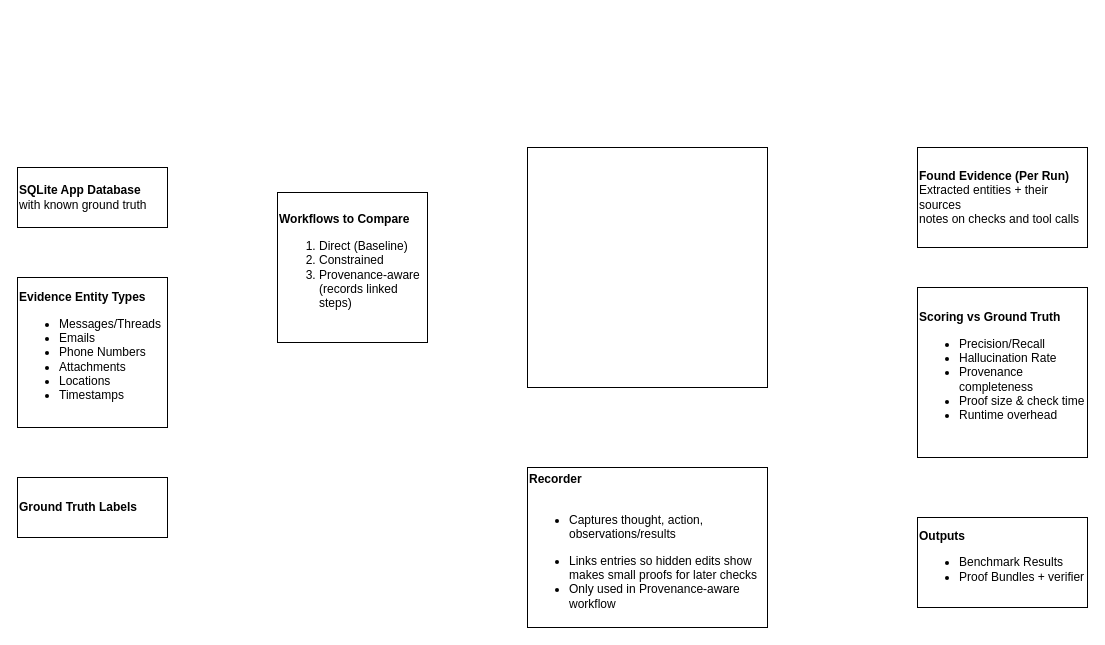
Earlier version of the draw.io diagram page "Page-5" (3 of 3) of Agentic-Research.drawio (toyeafo/agentic-forensic-research). Source tidied: cells renumbered, new cells numbered last; positions are measured from the earlier drawing's top-left corner, leaving out a move shared by most shapes. Both pictures are drawn from the tidied source at 100%, with x=0, y=0 at pixel (17, 147).
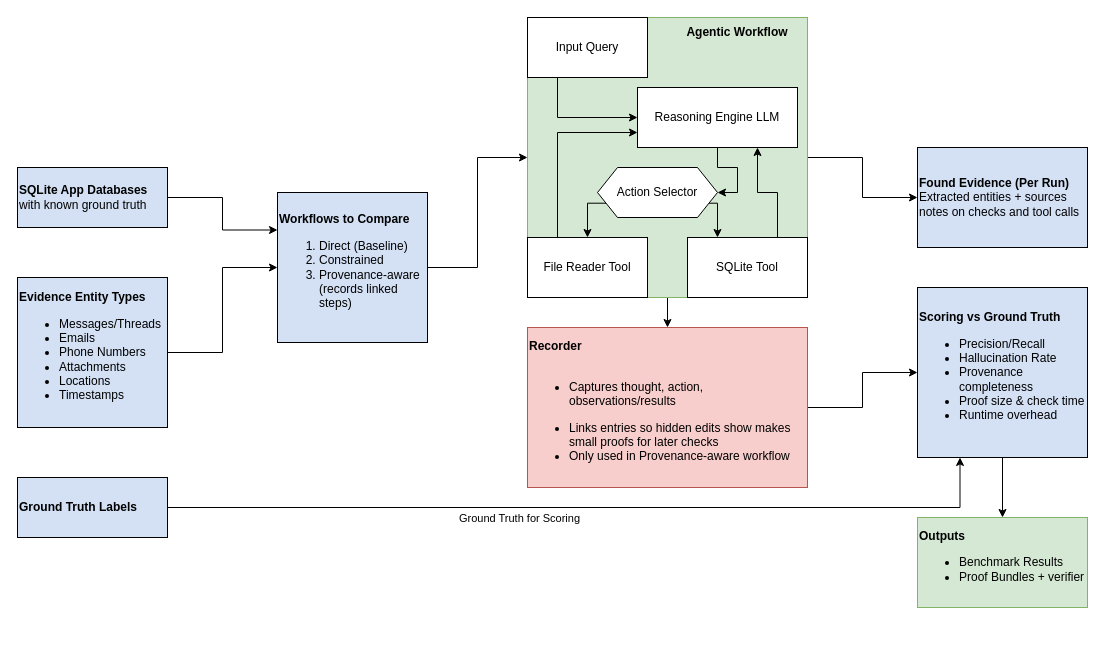
Above is the later version.

The edit, as a diff of the source:
```diff
@@
+    <mxCell id="11" style="edgeStyle=orthogonalEdgeStyle;rounded=0;jettySize=auto;html=1;exitX=1;exitY=0.5;exitDx=0;exitDy=0;entryX=0;entryY=0.25;entryDx=0;entryDy=0;" parent="1" edge="1" source="2" target="5">
+      <mxGeometry relative="1" as="geometry" />
+    </mxCell>
-    <mxCell id="2" value="&lt;div&gt;&lt;b&gt;SQLite App Database&lt;/b&gt;&amp;nbsp;&lt;/div&gt;&lt;div&gt;with known ground truth&lt;/div&gt;" style="rounded=0;whiteSpace=wrap;html=1;align=left;" parent="1" vertex="1">
+    <mxCell id="2" value="&lt;div&gt;&lt;b&gt;SQLite App Databases&lt;/b&gt;&amp;nbsp;&lt;/div&gt;&lt;div&gt;with known ground truth&lt;/div&gt;" style="rounded=0;whiteSpace=wrap;html=1;align=left;fillColor=#D4E1F5;" parent="1" vertex="1">
       <mxGeometry y="20" width="150" height="60" as="geometry" />
     </mxCell>
+    <mxCell id="12" style="edgeStyle=orthogonalEdgeStyle;rounded=0;jettySize=auto;html=1;exitX=1;exitY=0.5;exitDx=0;exitDy=0;entryX=0;entryY=0.5;entryDx=0;entryDy=0;" parent="1" edge="1" source="3" target="5">
+      <mxGeometry relative="1" as="geometry" />
+    </mxCell>
-    <mxCell id="3" value="&lt;div&gt;&lt;b&gt;Evidence Entity Types&lt;/b&gt;&lt;/div&gt;&lt;div&gt;&lt;ul&gt;&lt;li&gt;Messages/Threads&lt;/li&gt;&lt;li&gt;Emails&lt;/li&gt;&lt;li&gt;Phone Numbers&lt;/li&gt;&lt;li&gt;Attachments&lt;/li&gt;&lt;li&gt;Locations&lt;/li&gt;&lt;li&gt;Timestamps&lt;/li&gt;&lt;/ul&gt;&lt;/div&gt;" style="whiteSpace=wrap;html=1;align=left;" parent="1" vertex="1">
+    <mxCell id="3" value="&lt;div&gt;&lt;b&gt;Evidence Entity Types&lt;/b&gt;&lt;/div&gt;&lt;div&gt;&lt;ul&gt;&lt;li&gt;Messages/Threads&lt;/li&gt;&lt;li&gt;Emails&lt;/li&gt;&lt;li&gt;Phone Numbers&lt;/li&gt;&lt;li&gt;Attachments&lt;/li&gt;&lt;li&gt;Locations&lt;/li&gt;&lt;li&gt;Timestamps&lt;/li&gt;&lt;/ul&gt;&lt;/div&gt;" style="whiteSpace=wrap;html=1;align=left;fillColor=#D4E1F5;" parent="1" vertex="1">
       <mxGeometry y="130" width="150" height="150" as="geometry" />
     </mxCell>
+    <mxCell id="13" style="edgeStyle=orthogonalEdgeStyle;rounded=0;jettySize=auto;html=1;exitX=1;exitY=0.5;exitDx=0;exitDy=0;entryX=0.25;entryY=1;entryDx=0;entryDy=0;" parent="1" edge="1" source="4" target="9">
+      <mxGeometry relative="1" as="geometry" />
+    </mxCell>
+    <mxCell id="14" value="Ground Truth for Scoring" style="edgeLabel;html=1;align=center;verticalAlign=middle;" parent="13" vertex="1">
+      <mxGeometry x="-0.19" y="2" relative="1" as="geometry">
+        <mxPoint x="10" y="12" as="offset" />
+      </mxGeometry>
+    </mxCell>
-    <mxCell id="4" value="&lt;b&gt;Ground Truth Labels&lt;/b&gt;" style="rounded=0;whiteSpace=wrap;html=1;align=left;" parent="1" vertex="1">
+    <mxCell id="4" value="&lt;b&gt;Ground Truth Labels&lt;/b&gt;" style="rounded=0;whiteSpace=wrap;html=1;align=left;fillColor=#D4E1F5;" parent="1" vertex="1">
       <mxGeometry y="330" width="150" height="60" as="geometry" />
     </mxCell>
+    <mxCell id="15" style="edgeStyle=orthogonalEdgeStyle;rounded=0;jettySize=auto;html=1;exitX=1;exitY=0.5;exitDx=0;exitDy=0;entryX=0;entryY=0.5;entryDx=0;entryDy=0;" parent="1" edge="1" source="5" target="6">
+      <mxGeometry relative="1" as="geometry" />
+    </mxCell>
-    <mxCell id="5" value="&lt;div&gt;&lt;b&gt;Workflows to Compare&lt;/b&gt;&lt;/div&gt;&lt;div&gt;&lt;ol&gt;&lt;li&gt;Direct (Baseline)&lt;/li&gt;&lt;li&gt;Constrained&lt;/li&gt;&lt;li&gt;Provenance-aware (records linked steps)&lt;/li&gt;&lt;/ol&gt;&lt;/div&gt;" style="whiteSpace=wrap;html=1;align=left;" parent="1" vertex="1">
+    <mxCell id="5" value="&lt;div&gt;&lt;b&gt;Workflows to Compare&lt;/b&gt;&lt;/div&gt;&lt;div&gt;&lt;ol&gt;&lt;li&gt;Direct (Baseline)&lt;/li&gt;&lt;li&gt;Constrained&lt;/li&gt;&lt;li&gt;Provenance-aware (records linked steps)&lt;/li&gt;&lt;/ol&gt;&lt;/div&gt;" style="whiteSpace=wrap;html=1;align=left;fillColor=#D4E1F5;" parent="1" vertex="1">
       <mxGeometry x="260" y="45" width="150" height="150" as="geometry" />
     </mxCell>
+    <mxCell id="16" style="edgeStyle=orthogonalEdgeStyle;rounded=0;jettySize=auto;html=1;exitX=1;exitY=0.5;exitDx=0;exitDy=0;entryX=0;entryY=0.5;entryDx=0;entryDy=0;" parent="1" edge="1" source="6" target="8">
+      <mxGeometry relative="1" as="geometry" />
+    </mxCell>
+    <mxCell id="17" style="edgeStyle=orthogonalEdgeStyle;rounded=0;jettySize=auto;html=1;exitX=0.5;exitY=1;exitDx=0;exitDy=0;entryX=0.5;entryY=0;entryDx=0;entryDy=0;" parent="1" edge="1" source="6" target="7">
+      <mxGeometry relative="1" as="geometry" />
+    </mxCell>
-    <mxCell id="6" style="whiteSpace=wrap;html=1;" parent="1" vertex="1">
-      <mxGeometry x="510" width="240" height="240" as="geometry" />
+    <mxCell id="6" style="whiteSpace=wrap;html=1;fillColor=#d5e8d4;strokeColor=#82b366;" parent="1" vertex="1">
+      <mxGeometry x="510" y="-130" width="280" height="280" as="geometry" />
     </mxCell>
+    <mxCell id="18" style="edgeStyle=orthogonalEdgeStyle;rounded=0;jettySize=auto;html=1;exitX=1;exitY=0.5;exitDx=0;exitDy=0;entryX=0;entryY=0.5;entryDx=0;entryDy=0;" parent="1" edge="1" source="7" target="9">
+      <mxGeometry relative="1" as="geometry" />
+    </mxCell>
-    <mxCell id="7" value="&lt;div&gt;&lt;b&gt;Recorder&lt;/b&gt;&lt;/div&gt;&lt;div&gt;&lt;br&gt;&lt;/div&gt;&lt;div&gt;&lt;ul&gt;&lt;li&gt;Captures thought, action, observations/results&lt;/li&gt;&lt;/ul&gt;&lt;/div&gt;&lt;div&gt;&lt;ul&gt;&lt;li&gt;Links entries so hidden edits show makes small proofs for later checks&lt;/li&gt;&lt;li&gt;Only used in Provenance-aware workflow&lt;/li&gt;&lt;/ul&gt;&lt;/div&gt;" style="rounded=0;whiteSpace=wrap;html=1;align=left;" parent="1" vertex="1">
-      <mxGeometry x="510" y="320" width="240" height="160" as="geometry" />
+    <mxCell id="7" value="&lt;div&gt;&lt;b&gt;Recorder&lt;/b&gt;&lt;/div&gt;&lt;div&gt;&lt;br&gt;&lt;/div&gt;&lt;div&gt;&lt;ul&gt;&lt;li&gt;Captures thought, action, observations/results&lt;/li&gt;&lt;/ul&gt;&lt;/div&gt;&lt;div&gt;&lt;ul&gt;&lt;li&gt;Links entries so hidden edits show makes small proofs for later checks&lt;/li&gt;&lt;li&gt;Only used in Provenance-aware workflow&lt;/li&gt;&lt;/ul&gt;&lt;/div&gt;" style="rounded=0;whiteSpace=wrap;html=1;align=left;fillColor=#f8cecc;strokeColor=#b85450;" parent="1" vertex="1">
+      <mxGeometry x="510" y="180" width="280" height="160" as="geometry" />
     </mxCell>
-    <mxCell id="8" value="&lt;div&gt;&lt;b&gt;Found Evidence (Per Run)&lt;/b&gt;&lt;/div&gt;&lt;div&gt;Extracted entities + their sources&lt;/div&gt;&lt;div&gt;notes on checks and tool calls&lt;/div&gt;" style="rounded=0;whiteSpace=wrap;html=1;align=left;" parent="1" vertex="1">
+    <mxCell id="8" value="&lt;div&gt;&lt;b&gt;Found Evidence (Per Run)&lt;/b&gt;&lt;/div&gt;&lt;div&gt;Extracted entities + sources&lt;/div&gt;&lt;div&gt;notes on checks and tool calls&lt;/div&gt;" style="rounded=0;whiteSpace=wrap;html=1;align=left;fillColor=#D4E1F5;" parent="1" vertex="1">
       <mxGeometry x="900" width="170" height="100" as="geometry" />
     </mxCell>
+    <mxCell id="19" style="edgeStyle=orthogonalEdgeStyle;rounded=0;jettySize=auto;html=1;exitX=0.5;exitY=1;exitDx=0;exitDy=0;entryX=0.5;entryY=0;entryDx=0;entryDy=0;" parent="1" edge="1" source="9" target="10">
+      <mxGeometry relative="1" as="geometry" />
+    </mxCell>
-    <mxCell id="9" value="&lt;div&gt;&lt;b&gt;Scoring vs Ground Truth&lt;/b&gt;&lt;/div&gt;&lt;div&gt;&lt;ul&gt;&lt;li&gt;Precision/Recall&lt;/li&gt;&lt;li&gt;Hallucination Rate&lt;/li&gt;&lt;li&gt;Provenance completeness&lt;/li&gt;&lt;li&gt;Proof size &amp;amp; check time&lt;/li&gt;&lt;li&gt;Runtime overhead&lt;/li&gt;&lt;/ul&gt;&lt;/div&gt;" style="rounded=0;whiteSpace=wrap;html=1;align=left;" parent="1" vertex="1">
+    <mxCell id="9" value="&lt;div&gt;&lt;b&gt;Scoring vs Ground Truth&lt;/b&gt;&lt;/div&gt;&lt;div&gt;&lt;ul&gt;&lt;li&gt;Precision/Recall&lt;/li&gt;&lt;li&gt;Hallucination Rate&lt;/li&gt;&lt;li&gt;Provenance completeness&lt;/li&gt;&lt;li&gt;Proof size &amp;amp; check time&lt;/li&gt;&lt;li&gt;Runtime overhead&lt;/li&gt;&lt;/ul&gt;&lt;/div&gt;" style="rounded=0;whiteSpace=wrap;html=1;align=left;fillColor=#D4E1F5;" parent="1" vertex="1">
       <mxGeometry x="900" y="140" width="170" height="170" as="geometry" />
     </mxCell>
-    <mxCell id="10" value="&lt;div&gt;&lt;b&gt;Outputs&lt;/b&gt;&lt;/div&gt;&lt;div&gt;&lt;ul&gt;&lt;li&gt;Benchmark Results&lt;/li&gt;&lt;li&gt;Proof Bundles + verifier&lt;/li&gt;&lt;/ul&gt;&lt;/div&gt;" style="rounded=0;whiteSpace=wrap;html=1;align=left;" parent="1" vertex="1">
+    <mxCell id="10" value="&lt;div&gt;&lt;b&gt;Outputs&lt;/b&gt;&lt;/div&gt;&lt;div&gt;&lt;ul&gt;&lt;li&gt;Benchmark Results&lt;/li&gt;&lt;li&gt;Proof Bundles + verifier&lt;/li&gt;&lt;/ul&gt;&lt;/div&gt;" style="rounded=0;whiteSpace=wrap;html=1;align=left;fillColor=#d5e8d4;strokeColor=#82b366;" parent="1" vertex="1">
       <mxGeometry x="900" y="370" width="170" height="90" as="geometry" />
     </mxCell>
+    <mxCell id="20" style="edgeStyle=orthogonalEdgeStyle;rounded=0;jettySize=auto;html=1;exitX=0.25;exitY=0;exitDx=0;exitDy=0;entryX=0;entryY=0.75;entryDx=0;entryDy=0;" parent="1" edge="1" source="21" target="25">
+      <mxGeometry relative="1" as="geometry" />
+    </mxCell>
+    <mxCell id="21" value="File Reader Tool" style="rounded=0;whiteSpace=wrap;html=1;" parent="1" vertex="1">
+      <mxGeometry x="510" y="90" width="120" height="60" as="geometry" />
+    </mxCell>
+    <mxCell id="22" style="edgeStyle=orthogonalEdgeStyle;rounded=0;jettySize=auto;html=1;exitX=0.75;exitY=0;exitDx=0;exitDy=0;entryX=0.75;entryY=1;entryDx=0;entryDy=0;" parent="1" edge="1" source="23" target="25">
+      <mxGeometry relative="1" as="geometry" />
+    </mxCell>
+    <mxCell id="23" value="SQLite Tool" style="rounded=0;whiteSpace=wrap;html=1;" parent="1" vertex="1">
+      <mxGeometry x="670" y="90" width="120" height="60" as="geometry" />
+    </mxCell>
+    <mxCell id="24" style="edgeStyle=orthogonalEdgeStyle;rounded=0;jettySize=auto;html=1;exitX=0.5;exitY=1;exitDx=0;exitDy=0;entryX=1;entryY=0.5;entryDx=0;entryDy=0;" parent="1" edge="1" source="25" target="30">
+      <mxGeometry relative="1" as="geometry" />
+    </mxCell>
+    <mxCell id="25" value="Reasoning Engine LLM" style="rounded=0;whiteSpace=wrap;html=1;" parent="1" vertex="1">
+      <mxGeometry x="620" y="-60" width="160" height="60" as="geometry" />
+    </mxCell>
+    <mxCell id="26" style="edgeStyle=orthogonalEdgeStyle;rounded=0;jettySize=auto;html=1;exitX=0.25;exitY=1;exitDx=0;exitDy=0;entryX=0;entryY=0.5;entryDx=0;entryDy=0;" parent="1" edge="1" source="27" target="25">
+      <mxGeometry relative="1" as="geometry" />
+    </mxCell>
+    <mxCell id="27" value="Input Query" style="rounded=0;whiteSpace=wrap;html=1;" parent="1" vertex="1">
+      <mxGeometry x="510" y="-130" width="120" height="60" as="geometry" />
+    </mxCell>
+    <mxCell id="28" style="edgeStyle=orthogonalEdgeStyle;rounded=0;jettySize=auto;html=1;exitX=1;exitY=0.75;exitDx=0;exitDy=0;entryX=0.25;entryY=0;entryDx=0;entryDy=0;" parent="1" edge="1" source="30" target="23">
+      <mxGeometry relative="1" as="geometry" />
+    </mxCell>
+    <mxCell id="29" style="edgeStyle=orthogonalEdgeStyle;rounded=0;jettySize=auto;html=1;exitX=0;exitY=0.75;exitDx=0;exitDy=0;entryX=0.5;entryY=0;entryDx=0;entryDy=0;" parent="1" edge="1" source="30" target="21">
+      <mxGeometry relative="1" as="geometry" />
+    </mxCell>
+    <mxCell id="30" value="Action Selector" style="shape=hexagon;perimeter=hexagonPerimeter2;whiteSpace=wrap;html=1;fixedSize=1;" parent="1" vertex="1">
+      <mxGeometry x="580" y="20" width="120" height="50" as="geometry" />
+    </mxCell>
+    <mxCell id="31" value="&lt;b&gt;Agentic Workflow&lt;/b&gt;" style="text;html=1;whiteSpace=wrap;strokeColor=none;fillColor=none;align=center;verticalAlign=middle;rounded=0;" parent="1" vertex="1">
+      <mxGeometry x="650" y="-130" width="140" height="30" as="geometry" />
+    </mxCell>
```
